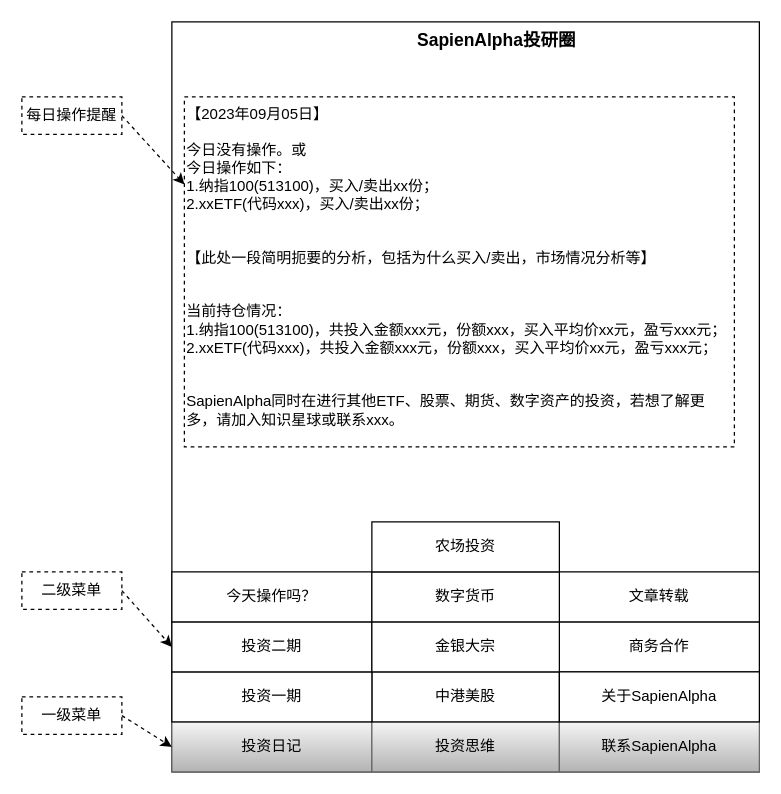
Earlier version of the draw.io diagram SapienAlpha公众号设计.drawio (qingchao-kong/draw.io). Source tidied: cells renumbered, new cells numbered last; positions are measured from the earlier drawing's top-left corner, leaving out a move shared by most shapes. Both pictures are drawn from the tidied source at 125%, with x=0, y=0 at pixel (21, 21).
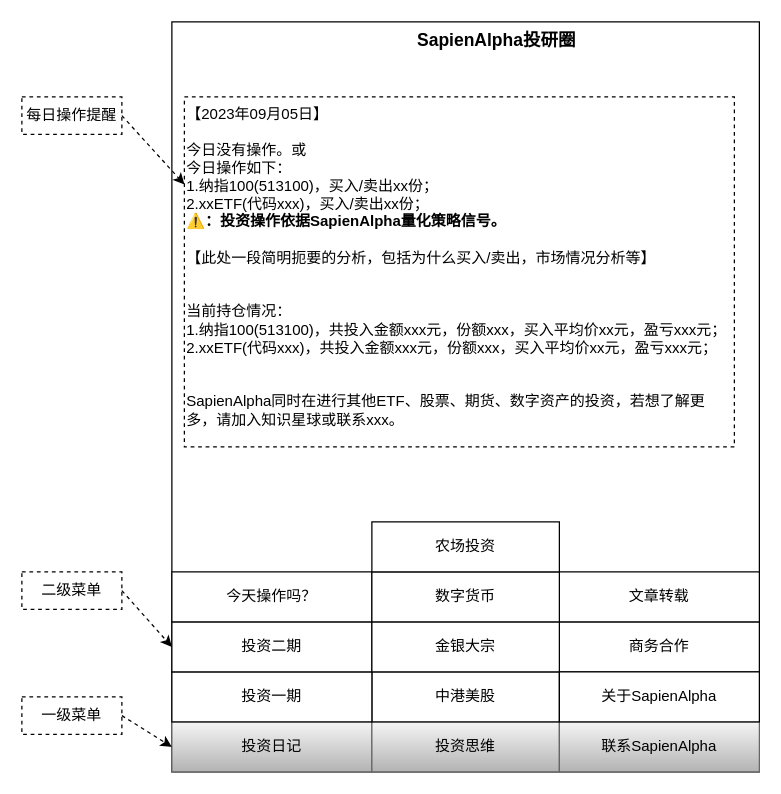
Above is the later version.

Commit message (it also covers changes not shown here):
更新SapienAlpha公众号设计.drawio

The edit, as a diff of the source:
```diff
@@
-    <mxCell id="3" value="【2023年09月05日】&lt;br&gt;&lt;br&gt;今日没有操作。或&lt;br&gt;今日操作如下：&lt;br&gt;1.纳指100(513100)，买入/卖出xx份；&lt;br&gt;2.xxETF(代码xxx)，买入/卖出xx份；&lt;br&gt;&lt;br&gt;&lt;br&gt;【此处一段简明扼要的分析，包括为什么买入/卖出，市场情况分析等】&lt;br&gt;&lt;br&gt;&lt;br&gt;当前持仓情况：&lt;br&gt;1.纳指100(513100)，共投入金额xxx元，份额xxx，买入平均价xx元，盈亏xxx元；&lt;br&gt;2.xxETF(代码xxx)，共投入金额xxx元，份额xxx，买入平均价xx元，盈亏xxx元；&lt;br&gt;&lt;br&gt;&lt;br&gt;SapienAlpha同时在进行其他ETF、股票、期货、数字资产的投资，若想了解更多，请加入知识星球或联系xxx。" style="text;html=1;strokeColor=default;fillColor=none;align=left;verticalAlign=top;whiteSpace=wrap;rounded=0;dashed=1;" parent="1" vertex="1">
+    <mxCell id="3" value="【2023年09月05日】&lt;br&gt;&lt;br&gt;今日没有操作。或&lt;br&gt;今日操作如下：&lt;br&gt;1.纳指100(513100)，买入/卖出xx份；&lt;br&gt;2.xxETF(代码xxx)，买入/卖出xx份；&lt;br&gt;&lt;b&gt;⚠️：投资操作依据SapienAlpha量化策略信号。&lt;/b&gt;&lt;br&gt;&lt;br&gt;【此处一段简明扼要的分析，包括为什么买入/卖出，市场情况分析等】&lt;br&gt;&lt;br&gt;&lt;br&gt;当前持仓情况：&lt;br&gt;1.纳指100(513100)，共投入金额xxx元，份额xxx，买入平均价xx元，盈亏xxx元；&lt;br&gt;2.xxETF(代码xxx)，共投入金额xxx元，份额xxx，买入平均价xx元，盈亏xxx元；&lt;br&gt;&lt;br&gt;&lt;br&gt;SapienAlpha同时在进行其他ETF、股票、期货、数字资产的投资，若想了解更多，请加入知识星球或联系xxx。" style="text;html=1;strokeColor=default;fillColor=none;align=left;verticalAlign=top;whiteSpace=wrap;rounded=0;dashed=1;" parent="1" vertex="1">
       <mxGeometry x="130" y="60" width="440" height="280" as="geometry" />
     </mxCell>
```
